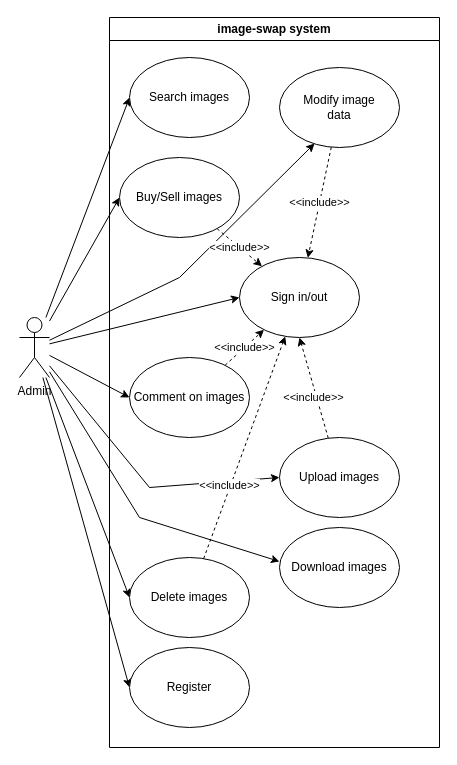
Earlier version of the draw.io diagram page "use cases admin" (1 of 9) of docs/uml.drawio (jazzysnake/image-swap). Source tidied: cells renumbered, new cells numbered last; positions are measured from the earlier drawing's top-left corner, leaving out a move shared by most shapes. Both pictures are drawn from the tidied source at 100%, with x=0, y=0 at pixel (19, 17).
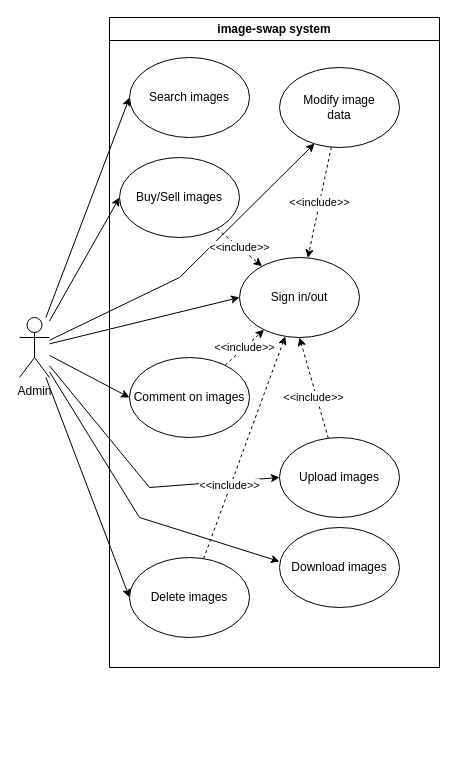
The same page after the edit.

Unchanged cells that the change refers to:
```xml
<mxCell id="11" value="Admin" style="shape=umlActor;verticalLabelPosition=bottom;verticalAlign=top;html=1;outlineConnect=0;" parent="1" vertex="1">
  <mxGeometry y="300" width="30" height="60" as="geometry" />
</mxCell>
```

Diff of the diagram source:
```diff
@@
-    <mxCell id="2" style="edgeStyle=none;rounded=0;jettySize=auto;html=1;entryX=0;entryY=0.5;entryDx=0;entryDy=0;endArrow=classic;endFill=1;" parent="1" edge="1" source="11" target="15">
-      <mxGeometry relative="1" as="geometry" />
-    </mxCell>
@@
     <mxCell id="12" value="image-swap system" style="swimlane;whiteSpace=wrap;html=1;" parent="1" vertex="1">
-      <mxGeometry x="90" width="330" height="730" as="geometry" />
+      <mxGeometry x="90" width="330" height="650" as="geometry" />
     </mxCell>
@@
-    <mxCell id="15" value="Register" style="ellipse;whiteSpace=wrap;html=1;" parent="12" vertex="1">
-      <mxGeometry x="20" y="630" width="120" height="80" as="geometry" />
-    </mxCell>
```
